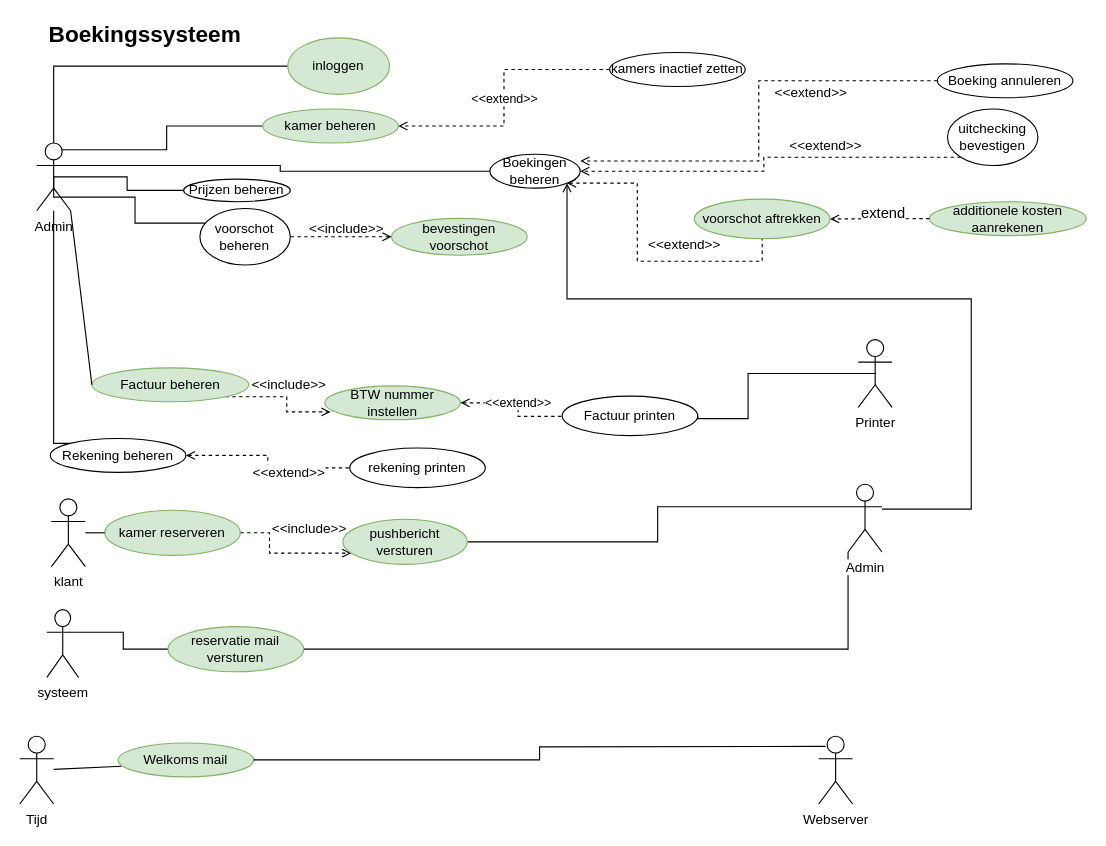
Above: Untitled Diagram.drawio in donnie1998/thomasmore2019-2020 (draw.io), before the change. Source tidied: cells renumbered, new cells numbered last; positions are measured from the earlier drawing's top-left corner, leaving out a move shared by most shapes. Both pictures are drawn from the tidied source at 113%, with x=0, y=0 at pixel (19, 21).
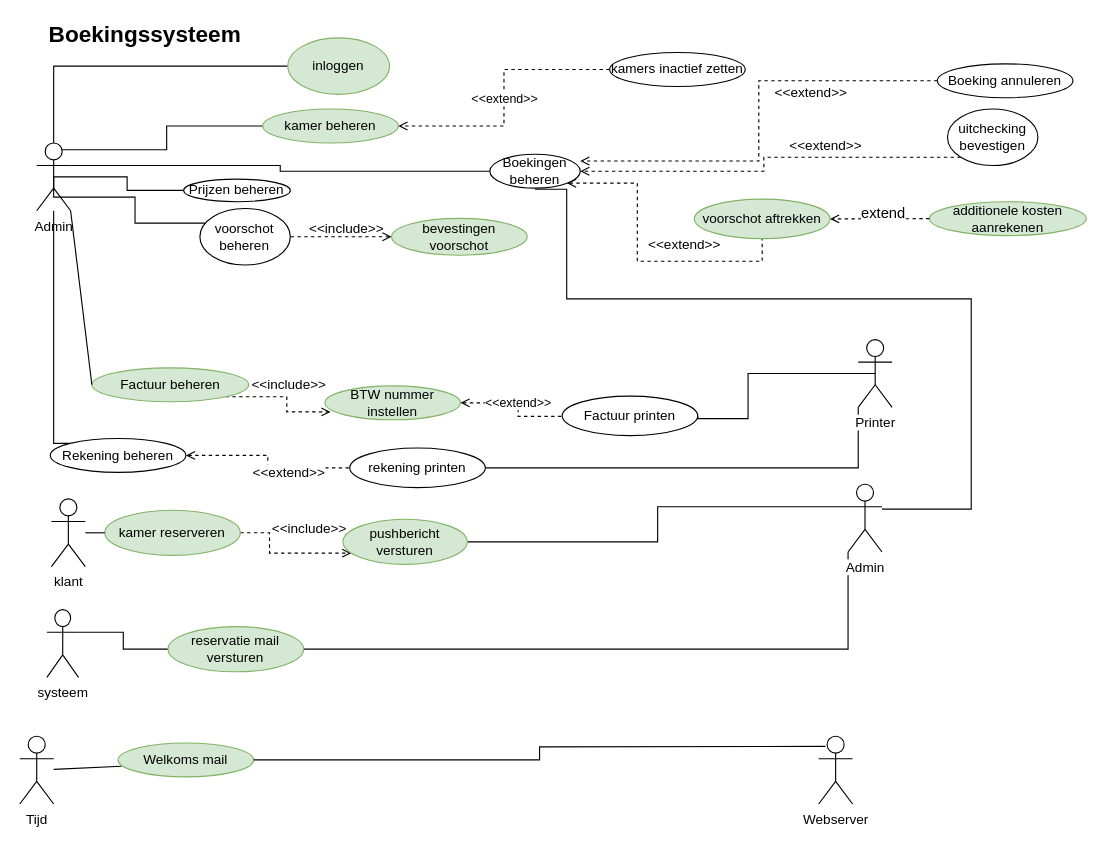
The same diagram, later.

The change refers to these unchanged cells:
```xml
<mxCell id="2" value="&lt;div&gt;Printer&lt;/div&gt;" style="shape=umlActor;verticalLabelPosition=bottom;labelBackgroundColor=#ffffff;verticalAlign=top;html=1;outlineConnect=0;" parent="1" vertex="1">
  <mxGeometry x="742" y="281" width="30" height="60" as="geometry" />
</mxCell>
<mxCell id="10" value="Boekingen beheren" style="ellipse;whiteSpace=wrap;html=1;" parent="1" vertex="1">
  <mxGeometry x="416" y="117" width="80" height="30" as="geometry" />
</mxCell>
<mxCell id="47" value="rekening printen" style="ellipse;whiteSpace=wrap;html=1;" parent="1" vertex="1">
  <mxGeometry x="292" y="377" width="120" height="35" as="geometry" />
</mxCell>
<mxCell id="53" value="Admin" style="shape=umlActor;verticalLabelPosition=bottom;labelBackgroundColor=#ffffff;verticalAlign=top;html=1;outlineConnect=0;" parent="1" vertex="1">
  <mxGeometry x="733" y="409" width="30" height="60" as="geometry" />
</mxCell>
```

Change to the diagram source:
```diff
@@
+    <mxCell id="63" style="edgeStyle=orthogonalEdgeStyle;rounded=0;jettySize=auto;html=1;exitX=0;exitY=1;exitDx=0;exitDy=0;exitPerimeter=0;entryX=1;entryY=0.5;entryDx=0;entryDy=0;startArrow=none;startFill=0;endArrow=none;endFill=0;" parent="1" edge="1" source="2" target="47">
+      <mxGeometry relative="1" as="geometry" />
+    </mxCell>
@@
-    <mxCell id="8" style="edgeStyle=orthogonalEdgeStyle;rounded=0;jettySize=auto;html=1;exitX=1;exitY=1;exitDx=0;exitDy=0;startArrow=open;startFill=0;endArrow=none;endFill=0;" parent="1" edge="1" source="10" target="53">
+    <mxCell id="8" style="edgeStyle=orthogonalEdgeStyle;rounded=0;jettySize=auto;html=1;startArrow=none;startFill=0;endArrow=none;endFill=0;" parent="1" edge="1" target="53">
       <mxGeometry relative="1" as="geometry">
+        <mxPoint x="456" y="148" as="sourcePoint" />
         <Array as="points">
           <mxPoint x="484" y="245" />
           <mxPoint x="842" y="245" />
           <mxPoint x="842" y="431" />
         </Array>
       </mxGeometry>
     </mxCell>
```
